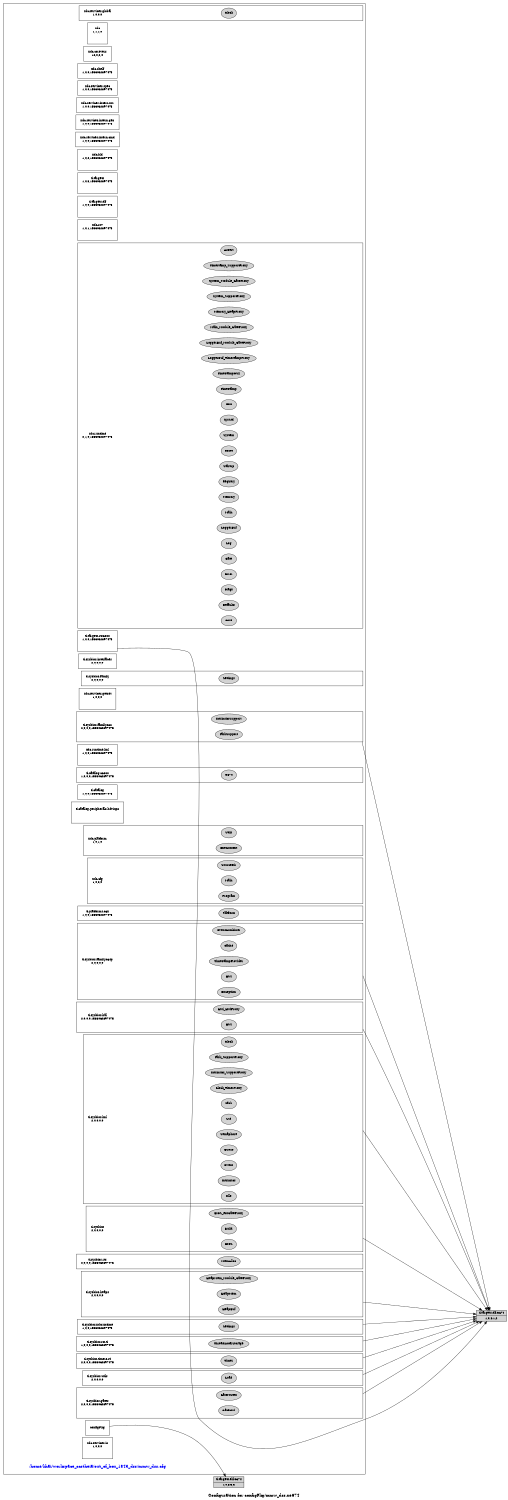
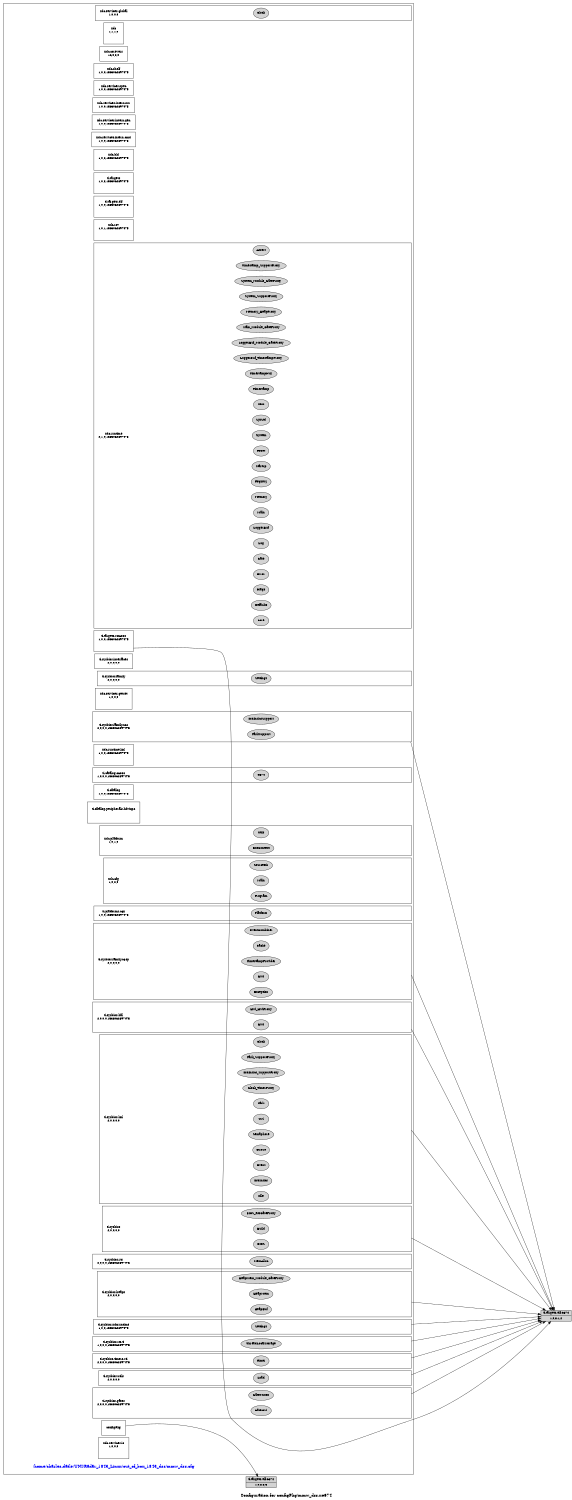
digraph configuration {
    size="7.5,10";
    rankdir=LR;
    ranksep=".50 equally";
    concentrate=true;
    compound=true;
    label="\nConfiguration for configPkg/mmw_dss.xe674"
-   node [font=Helvetica, fontsize=14, fontcolor=black];  subgraph cluster0 {label=""; __cfg [label="/home/khai/workspace_ccstheia/out_of_box_1843_dss/mmw_dss.cfg", color=white, fontcolor=blue];
+   node [font=Helvetica, fontsize=14, fontcolor=black];  subgraph cluster0 {label=""; __cfg [label="/home/charles-datle/UNI/Radar_1843_Linux/out_of_box_1843_dss/mmw_dss.cfg", color=white, fontcolor=blue];
    node [font=Helvetica, fontsize=10];    subgraph cluster1 {
        label="";
        xdc_services_global__top [shape=box,label="xdc.services.global\n1,0,0,0", color=white];
        xdc_services_global__bot [shape=point,label="", style=invis];
        xdc_services_global_Clock [style=filled,fillcolor=lightgray, label="Clock"];
        xdc_services_global__top -> xdc_services_global_Clock[style=invis];
        xdc_services_global_Clock -> xdc_services_global__bot[style=invis];
    }
    subgraph cluster2 {
        label="";
        xdc__top [shape=box,label="xdc\n1,1,1,0", color=white];
        xdc__bot [shape=point,label="", style=invis];
    }
    subgraph cluster3 {
        label="";
        xdc_corevers__top [shape=box,label="xdc.corevers\n16,0,2,0", color=white];
    }
    subgraph cluster4 {
        label="";
        xdc_shelf__top [shape=box,label="xdc.shelf\n1,0,0,1533062897475", color=white];
    }
    subgraph cluster5 {
        label="";
        xdc_services_spec__top [shape=box,label="xdc.services.spec\n1,0,0,1533062897475", color=white];
    }
    subgraph cluster6 {
        label="";
        xdc_services_intern_xsr__top [shape=box,label="xdc.services.intern.xsr\n1,0,0,1533062897475", color=white];
    }
    subgraph cluster7 {
        label="";
        xdc_services_intern_gen__top [shape=box,label="xdc.services.intern.gen\n1,0,0,1533062897475", color=white];
    }
    subgraph cluster8 {
        label="";
        xdc_services_intern_cmd__top [shape=box,label="xdc.services.intern.cmd\n1,0,0,1533062897475", color=white];
    }
    subgraph cluster9 {
        label="";
        xdc_bld__top [shape=box,label="xdc.bld\n1,0,2,1533062897475", color=white];
        xdc_bld__bot [shape=point,label="", style=invis];
    }
    subgraph cluster10 {
        label="";
        ti_targets__top [shape=box,label="ti.targets\n1,0,3,1533062897475", color=white];
        ti_targets__bot [shape=point,label="", style=invis];
    }
    subgraph cluster11 {
        label="";
        ti_targets_elf__top [shape=box,label="ti.targets.elf\n1,0,0,1533062897475", color=white];
        ti_targets_elf__bot [shape=point,label="", style=invis];
    }
    subgraph cluster12 {
        label="";
        xdc_rov__top [shape=box,label="xdc.rov\n1,0,1,1533062897475", color=white];
        xdc_rov__bot [shape=point,label="", style=invis];
    }
    subgraph cluster13 {
        label="";
        xdc_runtime__top [shape=box,label="xdc.runtime\n2,1,0,1533062897475", color=white];
        xdc_runtime__bot [shape=point,label="", style=invis];
        xdc_runtime_Assert [style=filled,fillcolor=lightgray, label="Assert"];
        xdc_runtime__top -> xdc_runtime_Assert[style=invis];
        xdc_runtime_Assert -> xdc_runtime__bot[style=invis];
        xdc_runtime_Core [style=filled,fillcolor=lightgray, label="Core"];
        xdc_runtime__top -> xdc_runtime_Core[style=invis];
        xdc_runtime_Core -> xdc_runtime__bot[style=invis];
        xdc_runtime_Defaults [style=filled,fillcolor=lightgray, label="Defaults"];
        xdc_runtime__top -> xdc_runtime_Defaults[style=invis];
        xdc_runtime_Defaults -> xdc_runtime__bot[style=invis];
        xdc_runtime_Diags [style=filled,fillcolor=lightgray, label="Diags"];
        xdc_runtime__top -> xdc_runtime_Diags[style=invis];
        xdc_runtime_Diags -> xdc_runtime__bot[style=invis];
        xdc_runtime_Error [style=filled,fillcolor=lightgray, label="Error"];
        xdc_runtime__top -> xdc_runtime_Error[style=invis];
        xdc_runtime_Error -> xdc_runtime__bot[style=invis];
        xdc_runtime_Gate [style=filled,fillcolor=lightgray, label="Gate"];
        xdc_runtime__top -> xdc_runtime_Gate[style=invis];
        xdc_runtime_Gate -> xdc_runtime__bot[style=invis];
        xdc_runtime_Log [style=filled,fillcolor=lightgray, label="Log"];
        xdc_runtime__top -> xdc_runtime_Log[style=invis];
        xdc_runtime_Log -> xdc_runtime__bot[style=invis];
        xdc_runtime_LoggerBuf [style=filled,fillcolor=lightgray, label="LoggerBuf"];
        xdc_runtime__top -> xdc_runtime_LoggerBuf[style=invis];
        xdc_runtime_LoggerBuf -> xdc_runtime__bot[style=invis];
        xdc_runtime_Main [style=filled,fillcolor=lightgray, label="Main"];
        xdc_runtime__top -> xdc_runtime_Main[style=invis];
        xdc_runtime_Main -> xdc_runtime__bot[style=invis];
        xdc_runtime_Memory [style=filled,fillcolor=lightgray, label="Memory"];
        xdc_runtime__top -> xdc_runtime_Memory[style=invis];
        xdc_runtime_Memory -> xdc_runtime__bot[style=invis];
        xdc_runtime_Registry [style=filled,fillcolor=lightgray, label="Registry"];
        xdc_runtime__top -> xdc_runtime_Registry[style=invis];
        xdc_runtime_Registry -> xdc_runtime__bot[style=invis];
        xdc_runtime_Startup [style=filled,fillcolor=lightgray, label="Startup"];
        xdc_runtime__top -> xdc_runtime_Startup[style=invis];
        xdc_runtime_Startup -> xdc_runtime__bot[style=invis];
        xdc_runtime_Reset [style=filled,fillcolor=lightgray, label="Reset"];
        xdc_runtime__top -> xdc_runtime_Reset[style=invis];
        xdc_runtime_Reset -> xdc_runtime__bot[style=invis];
        xdc_runtime_System [style=filled,fillcolor=lightgray, label="System"];
        xdc_runtime__top -> xdc_runtime_System[style=invis];
        xdc_runtime_System -> xdc_runtime__bot[style=invis];
        xdc_runtime_SysStd [style=filled,fillcolor=lightgray, label="SysStd"];
        xdc_runtime__top -> xdc_runtime_SysStd[style=invis];
        xdc_runtime_SysStd -> xdc_runtime__bot[style=invis];
        xdc_runtime_Text [style=filled,fillcolor=lightgray, label="Text"];
        xdc_runtime__top -> xdc_runtime_Text[style=invis];
        xdc_runtime_Text -> xdc_runtime__bot[style=invis];
        xdc_runtime_Timestamp [style=filled,fillcolor=lightgray, label="Timestamp"];
        xdc_runtime__top -> xdc_runtime_Timestamp[style=invis];
        xdc_runtime_Timestamp -> xdc_runtime__bot[style=invis];
        xdc_runtime_TimestampNull [style=filled,fillcolor=lightgray, label="TimestampNull"];
        xdc_runtime__top -> xdc_runtime_TimestampNull[style=invis];
        xdc_runtime_TimestampNull -> xdc_runtime__bot[style=invis];
        xdc_runtime_LoggerBuf_TimestampProxy [style=filled,fillcolor=lightgray, label="LoggerBuf_TimestampProxy"];
        xdc_runtime__top -> xdc_runtime_LoggerBuf_TimestampProxy[style=invis];
        xdc_runtime_LoggerBuf_TimestampProxy -> xdc_runtime__bot[style=invis];
        xdc_runtime_LoggerBuf_Module_GateProxy [style=filled,fillcolor=lightgray, label="LoggerBuf_Module_GateProxy"];
        xdc_runtime__top -> xdc_runtime_LoggerBuf_Module_GateProxy[style=invis];
        xdc_runtime_LoggerBuf_Module_GateProxy -> xdc_runtime__bot[style=invis];
        xdc_runtime_Main_Module_GateProxy [style=filled,fillcolor=lightgray, label="Main_Module_GateProxy"];
        xdc_runtime__top -> xdc_runtime_Main_Module_GateProxy[style=invis];
        xdc_runtime_Main_Module_GateProxy -> xdc_runtime__bot[style=invis];
        xdc_runtime_Memory_HeapProxy [style=filled,fillcolor=lightgray, label="Memory_HeapProxy"];
        xdc_runtime__top -> xdc_runtime_Memory_HeapProxy[style=invis];
        xdc_runtime_Memory_HeapProxy -> xdc_runtime__bot[style=invis];
        xdc_runtime_System_SupportProxy [style=filled,fillcolor=lightgray, label="System_SupportProxy"];
        xdc_runtime__top -> xdc_runtime_System_SupportProxy[style=invis];
        xdc_runtime_System_SupportProxy -> xdc_runtime__bot[style=invis];
        xdc_runtime_System_Module_GateProxy [style=filled,fillcolor=lightgray, label="System_Module_GateProxy"];
        xdc_runtime__top -> xdc_runtime_System_Module_GateProxy[style=invis];
        xdc_runtime_System_Module_GateProxy -> xdc_runtime__bot[style=invis];
        xdc_runtime_Timestamp_SupportProxy [style=filled,fillcolor=lightgray, label="Timestamp_SupportProxy"];
        xdc_runtime__top -> xdc_runtime_Timestamp_SupportProxy[style=invis];
        xdc_runtime_Timestamp_SupportProxy -> xdc_runtime__bot[style=invis];
    }
    subgraph cluster14 {
        label="";
        ti_targets_rts6000__top [shape=box,label="ti.targets.rts6000\n1,0,0,1533062897475", color=white];
        ti_targets_rts6000__bot [shape=point,label="", style=invis];
    }
    subgraph cluster15 {
        label="";
        ti_sysbios_interfaces__top [shape=box,label="ti.sysbios.interfaces\n2,0,0,0,0", color=white];
    }
    subgraph cluster16 {
        label="";
        ti_sysbios_family__top [shape=box,label="ti.sysbios.family\n2,0,0,0,0", color=white];
        ti_sysbios_family__bot [shape=point,label="", style=invis];
        ti_sysbios_family_Settings [style=filled,fillcolor=lightgray, label="Settings"];
        ti_sysbios_family__top -> ti_sysbios_family_Settings[style=invis];
        ti_sysbios_family_Settings -> ti_sysbios_family__bot[style=invis];
    }
    subgraph cluster17 {
        label="";
        xdc_services_getset__top [shape=box,label="xdc.services.getset\n1,0,0,0", color=white];
        xdc_services_getset__bot [shape=point,label="", style=invis];
    }
    subgraph cluster18 {
        label="";
        ti_sysbios_family_c62__top [shape=box,label="ti.sysbios.family.c62\n2,0,0,0,1533062897475", color=white];
        ti_sysbios_family_c62__bot [shape=point,label="", style=invis];
        ti_sysbios_family_c62_TaskSupport [style=filled,fillcolor=lightgray, label="TaskSupport"];
        ti_sysbios_family_c62__top -> ti_sysbios_family_c62_TaskSupport[style=invis];
        ti_sysbios_family_c62_TaskSupport -> ti_sysbios_family_c62__bot[style=invis];
        ti_sysbios_family_c62_IntrinsicsSupport [style=filled,fillcolor=lightgray, label="IntrinsicsSupport"];
        ti_sysbios_family_c62__top -> ti_sysbios_family_c62_IntrinsicsSupport[style=invis];
        ti_sysbios_family_c62_IntrinsicsSupport -> ti_sysbios_family_c62__bot[style=invis];
    }
    subgraph cluster19 {
        label="";
        xdc_runtime_knl__top [shape=box,label="xdc.runtime.knl\n1,0,0,1533062897475", color=white];
        xdc_runtime_knl__bot [shape=point,label="", style=invis];
    }
    subgraph cluster20 {
        label="";
        ti_catalog_c6000__top [shape=box,label="ti.catalog.c6000\n1,0,0,0,1533062897475", color=white];
        ti_catalog_c6000__bot [shape=point,label="", style=invis];
        ti_catalog_c6000_C674 [style=filled,fillcolor=lightgray, label="C674"];
        ti_catalog_c6000__top -> ti_catalog_c6000_C674[style=invis];
        ti_catalog_c6000_C674 -> ti_catalog_c6000__bot[style=invis];
    }
    subgraph cluster21 {
        label="";
        ti_catalog__top [shape=box,label="ti.catalog\n1,0,0,1533062897475", color=white];
    }
    subgraph cluster22 {
        label="";
        ti_catalog_peripherals_hdvicp2__top [shape=box,label="ti.catalog.peripherals.hdvicp2\n", color=white];
        ti_catalog_peripherals_hdvicp2__bot [shape=point,label="", style=invis];
    }
    subgraph cluster23 {
        label="";
        xdc_platform__top [shape=box,label="xdc.platform\n1,0,1,0", color=white];
        xdc_platform__bot [shape=point,label="", style=invis];
        xdc_platform_ExeContext [style=filled,fillcolor=lightgray, label="ExeContext"];
        xdc_platform__top -> xdc_platform_ExeContext[style=invis];
        xdc_platform_ExeContext -> xdc_platform__bot[style=invis];
        xdc_platform_Utils [style=filled,fillcolor=lightgray, label="Utils"];
        xdc_platform__top -> xdc_platform_Utils[style=invis];
        xdc_platform_Utils -> xdc_platform__bot[style=invis];
    }
    subgraph cluster24 {
        label="";
        xdc_cfg__top [shape=box,label="xdc.cfg\n1,0,2,0", color=white];
        xdc_cfg__bot [shape=point,label="", style=invis];
        xdc_cfg_Program [style=filled,fillcolor=lightgray, label="Program"];
        xdc_cfg__top -> xdc_cfg_Program[style=invis];
        xdc_cfg_Program -> xdc_cfg__bot[style=invis];
        xdc_cfg_Main [style=filled,fillcolor=lightgray, label="Main"];
        xdc_cfg__top -> xdc_cfg_Main[style=invis];
        xdc_cfg_Main -> xdc_cfg__bot[style=invis];
        xdc_cfg_SourceDir [style=filled,fillcolor=lightgray, label="SourceDir"];
        xdc_cfg__top -> xdc_cfg_SourceDir[style=invis];
        xdc_cfg_SourceDir -> xdc_cfg__bot[style=invis];
    }
    subgraph cluster25 {
        label="";
        ti_platforms_c6x__top [shape=box,label="ti.platforms.c6x\n1,0,0,1533062897475", color=white];
        ti_platforms_c6x__bot [shape=point,label="", style=invis];
        ti_platforms_c6x_Platform [style=filled,fillcolor=lightgray, label="Platform"];
        ti_platforms_c6x__top -> ti_platforms_c6x_Platform[style=invis];
        ti_platforms_c6x_Platform -> ti_platforms_c6x__bot[style=invis];
    }
    subgraph cluster26 {
        label="";
        ti_sysbios_family_c64p__top [shape=box,label="ti.sysbios.family.c64p\n2,0,0,0,0", color=white];
        ti_sysbios_family_c64p__bot [shape=point,label="", style=invis];
        ti_sysbios_family_c64p_EventCombiner [style=filled,fillcolor=lightgray, label="EventCombiner"];
        ti_sysbios_family_c64p__top -> ti_sysbios_family_c64p_EventCombiner[style=invis];
        ti_sysbios_family_c64p_EventCombiner -> ti_sysbios_family_c64p__bot[style=invis];
        ti_sysbios_family_c64p_Exception [style=filled,fillcolor=lightgray, label="Exception"];
        ti_sysbios_family_c64p__top -> ti_sysbios_family_c64p_Exception[style=invis];
        ti_sysbios_family_c64p_Exception -> ti_sysbios_family_c64p__bot[style=invis];
        ti_sysbios_family_c64p_Hwi [style=filled,fillcolor=lightgray, label="Hwi"];
        ti_sysbios_family_c64p__top -> ti_sysbios_family_c64p_Hwi[style=invis];
        ti_sysbios_family_c64p_Hwi -> ti_sysbios_family_c64p__bot[style=invis];
        ti_sysbios_family_c64p_TimestampProvider [style=filled,fillcolor=lightgray, label="TimestampProvider"];
        ti_sysbios_family_c64p__top -> ti_sysbios_family_c64p_TimestampProvider[style=invis];
        ti_sysbios_family_c64p_TimestampProvider -> ti_sysbios_family_c64p__bot[style=invis];
        ti_sysbios_family_c64p_Cache [style=filled,fillcolor=lightgray, label="Cache"];
        ti_sysbios_family_c64p__top -> ti_sysbios_family_c64p_Cache[style=invis];
        ti_sysbios_family_c64p_Cache -> ti_sysbios_family_c64p__bot[style=invis];
    }
    subgraph cluster27 {
        label="";
        ti_sysbios_hal__top [shape=box,label="ti.sysbios.hal\n2,0,0,0,1533062897475", color=white];
        ti_sysbios_hal__bot [shape=point,label="", style=invis];
        ti_sysbios_hal_Hwi [style=filled,fillcolor=lightgray, label="Hwi"];
        ti_sysbios_hal__top -> ti_sysbios_hal_Hwi[style=invis];
        ti_sysbios_hal_Hwi -> ti_sysbios_hal__bot[style=invis];
        ti_sysbios_hal_Hwi_HwiProxy [style=filled,fillcolor=lightgray, label="Hwi_HwiProxy"];
        ti_sysbios_hal__top -> ti_sysbios_hal_Hwi_HwiProxy[style=invis];
        ti_sysbios_hal_Hwi_HwiProxy -> ti_sysbios_hal__bot[style=invis];
    }
    subgraph cluster28 {
        label="";
        ti_sysbios_knl__top [shape=box,label="ti.sysbios.knl\n2,0,0,0,0", color=white];
        ti_sysbios_knl__bot [shape=point,label="", style=invis];
        ti_sysbios_knl_Clock [style=filled,fillcolor=lightgray, label="Clock"];
        ti_sysbios_knl__top -> ti_sysbios_knl_Clock[style=invis];
        ti_sysbios_knl_Clock -> ti_sysbios_knl__bot[style=invis];
        ti_sysbios_knl_Idle [style=filled,fillcolor=lightgray, label="Idle"];
        ti_sysbios_knl__top -> ti_sysbios_knl_Idle[style=invis];
        ti_sysbios_knl_Idle -> ti_sysbios_knl__bot[style=invis];
        ti_sysbios_knl_Intrinsics [style=filled,fillcolor=lightgray, label="Intrinsics"];
        ti_sysbios_knl__top -> ti_sysbios_knl_Intrinsics[style=invis];
        ti_sysbios_knl_Intrinsics -> ti_sysbios_knl__bot[style=invis];
        ti_sysbios_knl_Event [style=filled,fillcolor=lightgray, label="Event"];
        ti_sysbios_knl__top -> ti_sysbios_knl_Event[style=invis];
        ti_sysbios_knl_Event -> ti_sysbios_knl__bot[style=invis];
        ti_sysbios_knl_Queue [style=filled,fillcolor=lightgray, label="Queue"];
        ti_sysbios_knl__top -> ti_sysbios_knl_Queue[style=invis];
        ti_sysbios_knl_Queue -> ti_sysbios_knl__bot[style=invis];
        ti_sysbios_knl_Semaphore [style=filled,fillcolor=lightgray, label="Semaphore"];
        ti_sysbios_knl__top -> ti_sysbios_knl_Semaphore[style=invis];
        ti_sysbios_knl_Semaphore -> ti_sysbios_knl__bot[style=invis];
        ti_sysbios_knl_Swi [style=filled,fillcolor=lightgray, label="Swi"];
        ti_sysbios_knl__top -> ti_sysbios_knl_Swi[style=invis];
        ti_sysbios_knl_Swi -> ti_sysbios_knl__bot[style=invis];
        ti_sysbios_knl_Task [style=filled,fillcolor=lightgray, label="Task"];
        ti_sysbios_knl__top -> ti_sysbios_knl_Task[style=invis];
        ti_sysbios_knl_Task -> ti_sysbios_knl__bot[style=invis];
        ti_sysbios_knl_Clock_TimerProxy [style=filled,fillcolor=lightgray, label="Clock_TimerProxy"];
        ti_sysbios_knl__top -> ti_sysbios_knl_Clock_TimerProxy[style=invis];
        ti_sysbios_knl_Clock_TimerProxy -> ti_sysbios_knl__bot[style=invis];
        ti_sysbios_knl_Intrinsics_SupportProxy [style=filled,fillcolor=lightgray, label="Intrinsics_SupportProxy"];
        ti_sysbios_knl__top -> ti_sysbios_knl_Intrinsics_SupportProxy[style=invis];
        ti_sysbios_knl_Intrinsics_SupportProxy -> ti_sysbios_knl__bot[style=invis];
        ti_sysbios_knl_Task_SupportProxy [style=filled,fillcolor=lightgray, label="Task_SupportProxy"];
        ti_sysbios_knl__top -> ti_sysbios_knl_Task_SupportProxy[style=invis];
        ti_sysbios_knl_Task_SupportProxy -> ti_sysbios_knl__bot[style=invis];
    }
    subgraph cluster29 {
        label="";
        ti_sysbios__top [shape=box,label="ti.sysbios\n2,0,0,0,0", color=white];
        ti_sysbios__bot [shape=point,label="", style=invis];
        ti_sysbios_BIOS [style=filled,fillcolor=lightgray, label="BIOS"];
        ti_sysbios__top -> ti_sysbios_BIOS[style=invis];
        ti_sysbios_BIOS -> ti_sysbios__bot[style=invis];
        ti_sysbios_Build [style=filled,fillcolor=lightgray, label="Build"];
        ti_sysbios__top -> ti_sysbios_Build[style=invis];
        ti_sysbios_Build -> ti_sysbios__bot[style=invis];
        ti_sysbios_BIOS_RtsGateProxy [style=filled,fillcolor=lightgray, label="BIOS_RtsGateProxy"];
        ti_sysbios__top -> ti_sysbios_BIOS_RtsGateProxy[style=invis];
        ti_sysbios_BIOS_RtsGateProxy -> ti_sysbios__bot[style=invis];
    }
    subgraph cluster30 {
        label="";
        ti_sysbios_rts__top [shape=box,label="ti.sysbios.rts\n2,0,0,0,1533062897475", color=white];
        ti_sysbios_rts__bot [shape=point,label="", style=invis];
        ti_sysbios_rts_MemAlloc [style=filled,fillcolor=lightgray, label="MemAlloc"];
        ti_sysbios_rts__top -> ti_sysbios_rts_MemAlloc[style=invis];
        ti_sysbios_rts_MemAlloc -> ti_sysbios_rts__bot[style=invis];
    }
    subgraph cluster31 {
        label="";
        ti_sysbios_rts_ti__top [shape=box,label="ti.sysbios.rts.ti\n1,0,0,0,1533062897475", color=white];
        ti_sysbios_rts_ti__bot [shape=point,label="", style=invis];
        ti_sysbios_rts_ti_ThreadLocalStorage [style=filled,fillcolor=lightgray, label="ThreadLocalStorage"];
        ti_sysbios_rts_ti__top -> ti_sysbios_rts_ti_ThreadLocalStorage[style=invis];
        ti_sysbios_rts_ti_ThreadLocalStorage -> ti_sysbios_rts_ti__bot[style=invis];
    }
    subgraph cluster32 {
        label="";
        ti_sysbios_timers_rti__top [shape=box,label="ti.sysbios.timers.rti\n2,0,0,0,1533062897475", color=white];
        ti_sysbios_timers_rti__bot [shape=point,label="", style=invis];
        ti_sysbios_timers_rti_Timer [style=filled,fillcolor=lightgray, label="Timer"];
        ti_sysbios_timers_rti__top -> ti_sysbios_timers_rti_Timer[style=invis];
        ti_sysbios_timers_rti_Timer -> ti_sysbios_timers_rti__bot[style=invis];
    }
    subgraph cluster33 {
        label="";
        ti_sysbios_utils__top [shape=box,label="ti.sysbios.utils\n2,0,0,0,0", color=white];
        ti_sysbios_utils__bot [shape=point,label="", style=invis];
        ti_sysbios_utils_Load [style=filled,fillcolor=lightgray, label="Load"];
        ti_sysbios_utils__top -> ti_sysbios_utils_Load[style=invis];
        ti_sysbios_utils_Load -> ti_sysbios_utils__bot[style=invis];
    }
    subgraph cluster34 {
        label="";
        ti_sysbios_gates__top [shape=box,label="ti.sysbios.gates\n2,0,0,0,1533062897475", color=white];
        ti_sysbios_gates__bot [shape=point,label="", style=invis];
        ti_sysbios_gates_GateHwi [style=filled,fillcolor=lightgray, label="GateHwi"];
        ti_sysbios_gates__top -> ti_sysbios_gates_GateHwi[style=invis];
        ti_sysbios_gates_GateHwi -> ti_sysbios_gates__bot[style=invis];
        ti_sysbios_gates_GateMutex [style=filled,fillcolor=lightgray, label="GateMutex"];
        ti_sysbios_gates__top -> ti_sysbios_gates_GateMutex[style=invis];
        ti_sysbios_gates_GateMutex -> ti_sysbios_gates__bot[style=invis];
    }
    subgraph cluster35 {
        label="";
        ti_sysbios_heaps__top [shape=box,label="ti.sysbios.heaps\n2,0,0,0,0", color=white];
        ti_sysbios_heaps__bot [shape=point,label="", style=invis];
        ti_sysbios_heaps_HeapBuf [style=filled,fillcolor=lightgray, label="HeapBuf"];
        ti_sysbios_heaps__top -> ti_sysbios_heaps_HeapBuf[style=invis];
        ti_sysbios_heaps_HeapBuf -> ti_sysbios_heaps__bot[style=invis];
        ti_sysbios_heaps_HeapMem [style=filled,fillcolor=lightgray, label="HeapMem"];
        ti_sysbios_heaps__top -> ti_sysbios_heaps_HeapMem[style=invis];
        ti_sysbios_heaps_HeapMem -> ti_sysbios_heaps__bot[style=invis];
        ti_sysbios_heaps_HeapMem_Module_GateProxy [style=filled,fillcolor=lightgray, label="HeapMem_Module_GateProxy"];
        ti_sysbios_heaps__top -> ti_sysbios_heaps_HeapMem_Module_GateProxy[style=invis];
        ti_sysbios_heaps_HeapMem_Module_GateProxy -> ti_sysbios_heaps__bot[style=invis];
    }
    subgraph cluster36 {
        label="";
        ti_sysbios_xdcruntime__top [shape=box,label="ti.sysbios.xdcruntime\n1,0,0,1533062897475", color=white];
        ti_sysbios_xdcruntime__bot [shape=point,label="", style=invis];
        ti_sysbios_xdcruntime_Settings [style=filled,fillcolor=lightgray, label="Settings"];
        ti_sysbios_xdcruntime__top -> ti_sysbios_xdcruntime_Settings[style=invis];
        ti_sysbios_xdcruntime_Settings -> ti_sysbios_xdcruntime__bot[style=invis];
    }
    subgraph cluster37 {
        label="";
        configPkg__top [shape=box,label="configPkg\n", color=white];
    }
    subgraph cluster38 {
        label="";
        xdc_services_io__top [shape=box,label="xdc.services.io\n1,0,0,0", color=white];
        xdc_services_io__bot [shape=point,label="", style=invis];
    }
  }
  node [font=Helvetica, fontsize=10];
    ti_targets_elf_C674__1_0_8__1_2 [shape=record,label="ti.targets.elf.C674|1,0,8.1,2",style=filled, fillcolor=lightgrey];
    ti_targets_rts6000__bot -> ti_targets_elf_C674__1_0_8__1_2 [ltail=cluster14];
    ti_targets_elf_C674__1_0_8__1_2 [shape=record,label="ti.targets.elf.C674|1,0,8.1,2",style=filled, fillcolor=lightgrey];
    ti_sysbios_family_c62__bot -> ti_targets_elf_C674__1_0_8__1_2 [ltail=cluster18];
    ti_targets_elf_C674__1_0_8__1_2 [shape=record,label="ti.targets.elf.C674|1,0,8.1,2",style=filled, fillcolor=lightgrey];
    ti_sysbios_family_c64p__bot -> ti_targets_elf_C674__1_0_8__1_2 [ltail=cluster26];
    ti_targets_elf_C674__1_0_8__1_2 [shape=record,label="ti.targets.elf.C674|1,0,8.1,2",style=filled, fillcolor=lightgrey];
    ti_sysbios_hal__bot -> ti_targets_elf_C674__1_0_8__1_2 [ltail=cluster27];
    ti_targets_elf_C674__1_0_8__1_2 [shape=record,label="ti.targets.elf.C674|1,0,8.1,2",style=filled, fillcolor=lightgrey];
    ti_sysbios_knl__bot -> ti_targets_elf_C674__1_0_8__1_2 [ltail=cluster28];
    ti_targets_elf_C674__1_0_8__1_2 [shape=record,label="ti.targets.elf.C674|1,0,8.1,2",style=filled, fillcolor=lightgrey];
    ti_sysbios__bot -> ti_targets_elf_C674__1_0_8__1_2 [ltail=cluster29];
    ti_targets_elf_C674__1_0_8__1_2 [shape=record,label="ti.targets.elf.C674|1,0,8.1,2",style=filled, fillcolor=lightgrey];
    ti_sysbios_rts_ti__bot -> ti_targets_elf_C674__1_0_8__1_2 [ltail=cluster31];
    ti_targets_elf_C674__1_0_8__1_2 [shape=record,label="ti.targets.elf.C674|1,0,8.1,2",style=filled, fillcolor=lightgrey];
    ti_sysbios_timers_rti__bot -> ti_targets_elf_C674__1_0_8__1_2 [ltail=cluster32];
    ti_targets_elf_C674__1_0_8__1_2 [shape=record,label="ti.targets.elf.C674|1,0,8.1,2",style=filled, fillcolor=lightgrey];
    ti_sysbios_utils__bot -> ti_targets_elf_C674__1_0_8__1_2 [ltail=cluster33];
    ti_targets_elf_C674__1_0_8__1_2 [shape=record,label="ti.targets.elf.C674|1,0,8.1,2",style=filled, fillcolor=lightgrey];
    ti_sysbios_gates__bot -> ti_targets_elf_C674__1_0_8__1_2 [ltail=cluster34];
    ti_targets_elf_C674__1_0_8__1_2 [shape=record,label="ti.targets.elf.C674|1,0,8.1,2",style=filled, fillcolor=lightgrey];
    ti_sysbios_heaps__bot -> ti_targets_elf_C674__1_0_8__1_2 [ltail=cluster35];
    ti_targets_elf_C674__1_0_8__1_2 [shape=record,label="ti.targets.elf.C674|1,0,8.1,2",style=filled, fillcolor=lightgrey];
    ti_sysbios_xdcruntime__bot -> ti_targets_elf_C674__1_0_8__1_2 [ltail=cluster36];
    ti_targets_elf_C674__1_0_8__3_3 [shape=record,label="ti.targets.elf.C674|1,0,8.3,3",style=filled, fillcolor=lightgrey];
    configPkg__top -> ti_targets_elf_C674__1_0_8__3_3 [ltail=cluster37];
}
